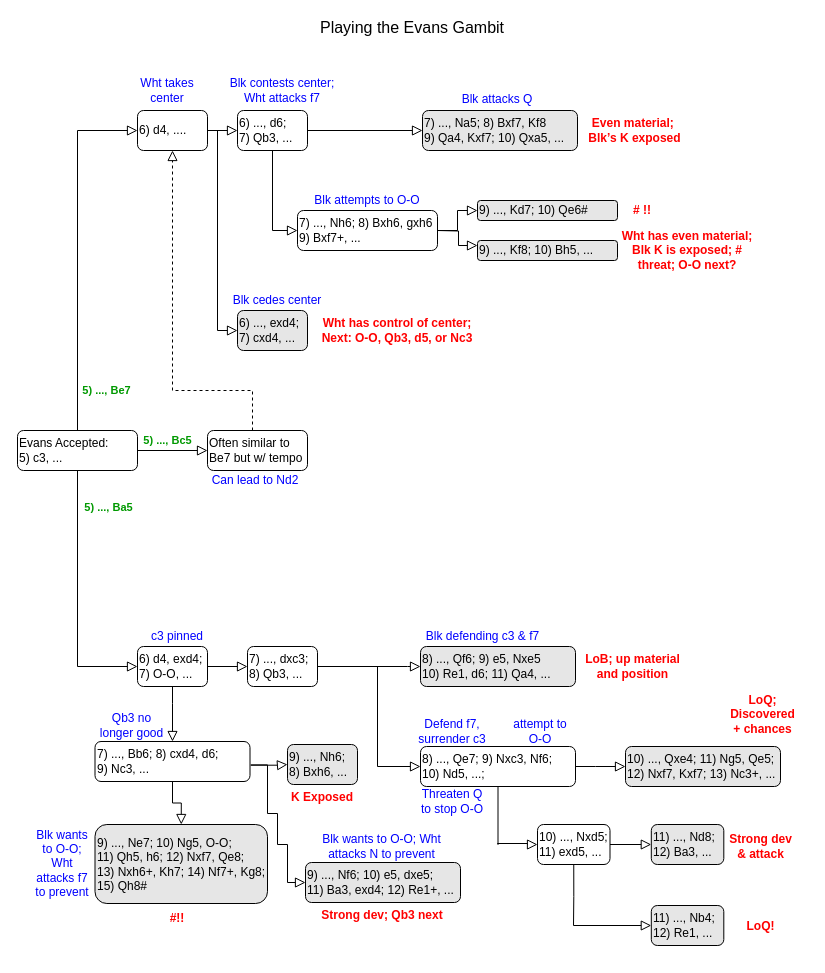
Before: Evans - 20200628 v01.drawio in tsnellgrove/draw.io, a draw.io diagram. Source tidied: cells renumbered, new cells numbered last; positions are measured from the earlier drawing's top-left corner, leaving out a move shared by most shapes. Both pictures are drawn from the tidied source at 100%, with x=0, y=0 at pixel (17, 17).
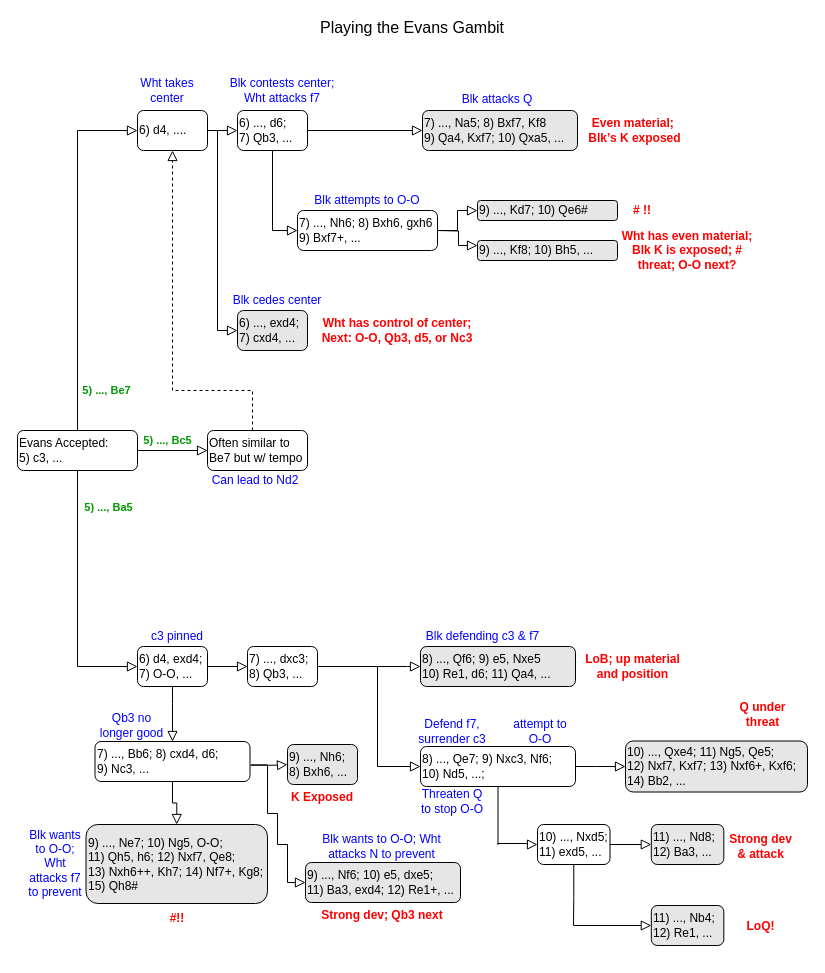
After the change.

What changed in the source:
```diff
@@
-    <mxCell id="44" value="10) ..., Qxe4; 11) Ng5, Qe5;&lt;br&gt;12) Nxf7, Kxf7; 13) Nc3+, ..." style="rounded=1;whiteSpace=wrap;html=1;fontSize=12;glass=0;strokeWidth=1;shadow=0;align=left;fillColor=#E6E6E6;" parent="1" vertex="1">
-      <mxGeometry x="608" y="729" width="155" height="40" as="geometry" />
+    <mxCell id="44" value="10) ..., Qxe4; 11) Ng5, Qe5;&lt;br&gt;12) Nxf7, Kxf7; 13) Nxf6+, Kxf6; 14) Bb2, ...&amp;nbsp;" style="rounded=1;whiteSpace=wrap;html=1;fontSize=12;glass=0;strokeWidth=1;shadow=0;align=left;fillColor=#E6E6E6;" parent="1" vertex="1">
+      <mxGeometry x="608" y="723.5" width="182" height="51" as="geometry" />
     </mxCell>
@@
-    <mxCell id="46" value="&lt;b&gt;LoQ; Discovered + chances&lt;br&gt;&lt;/b&gt;" style="text;html=1;strokeColor=none;fillColor=none;align=center;verticalAlign=middle;whiteSpace=wrap;rounded=0;fontColor=#FF0000;" parent="1" vertex="1">
+    <mxCell id="46" value="&lt;b&gt;Q under threat&lt;br&gt;&lt;/b&gt;" style="text;html=1;strokeColor=none;fillColor=none;align=center;verticalAlign=middle;whiteSpace=wrap;rounded=0;fontColor=#FF0000;" parent="1" vertex="1">
       <mxGeometry x="708" y="667" width="75" height="60" as="geometry" />
     </mxCell>
@@
-    <mxCell id="61" value="9) ..., Ne7; 10) Ng5, O-O;&lt;br&gt;&lt;div&gt;11) Qh5, h6; 12) Nxf7, Qe8;&lt;/div&gt;&lt;div&gt;13) Nxh6+, Kh7; 14) Nf7+, Kg8; 15) Qh8#&lt;br&gt;&lt;/div&gt;" style="rounded=1;whiteSpace=wrap;html=1;fontSize=12;glass=0;strokeWidth=1;shadow=0;align=left;fillColor=#E6E6E6;" parent="1" vertex="1">
-      <mxGeometry x="77.5" y="807" width="172.5" height="79" as="geometry" />
+    <mxCell id="61" value="9) ..., Ne7; 10) Ng5, O-O;&lt;br&gt;&lt;div&gt;11) Qh5, h6; 12) Nxf7, Qe8;&lt;/div&gt;&lt;div&gt;13) Nxh6++, Kh7; 14) Nf7+, Kg8; 15) Qh8#&lt;br&gt;&lt;/div&gt;" style="rounded=1;whiteSpace=wrap;html=1;fontSize=12;glass=0;strokeWidth=1;shadow=0;align=left;fillColor=#E6E6E6;" parent="1" vertex="1">
+      <mxGeometry x="68.5" y="807" width="181.5" height="79" as="geometry" />
     </mxCell>
@@
     <mxCell id="69" value="Blk wants to O-O; Wht attacks f7 to prevent" style="text;html=1;strokeColor=none;fillColor=none;align=center;verticalAlign=middle;whiteSpace=wrap;rounded=0;fontColor=#0000FF;" parent="1" vertex="1">
-      <mxGeometry x="14.5" y="807" width="60" height="77" as="geometry" />
+      <mxGeometry x="7.5" y="807" width="60" height="77" as="geometry" />
     </mxCell>
```
